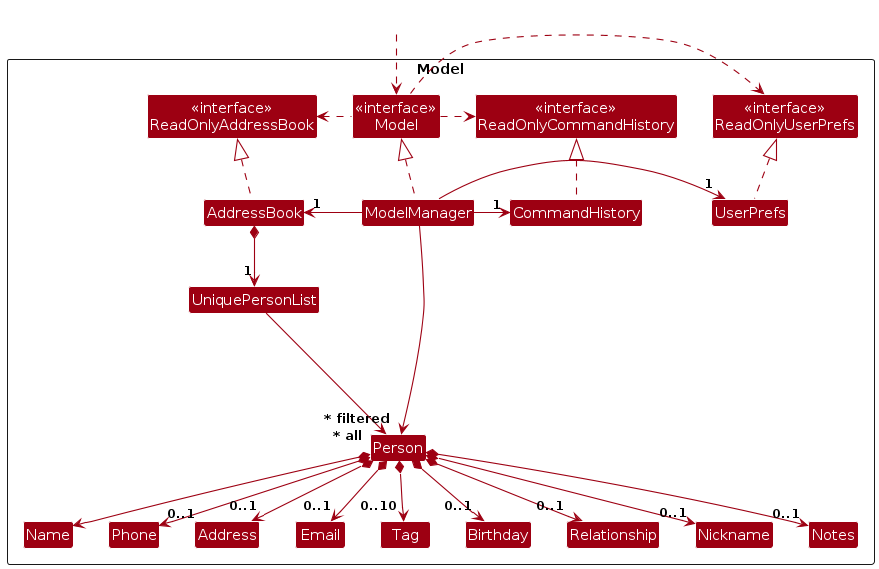
Earlier version of the PlantUML export diagrams/ModelClassDiagram.png (AY2425S2-CS2103T-T14-1/tp). Its source is kept beside it as diagrams/ModelClassDiagram.puml.
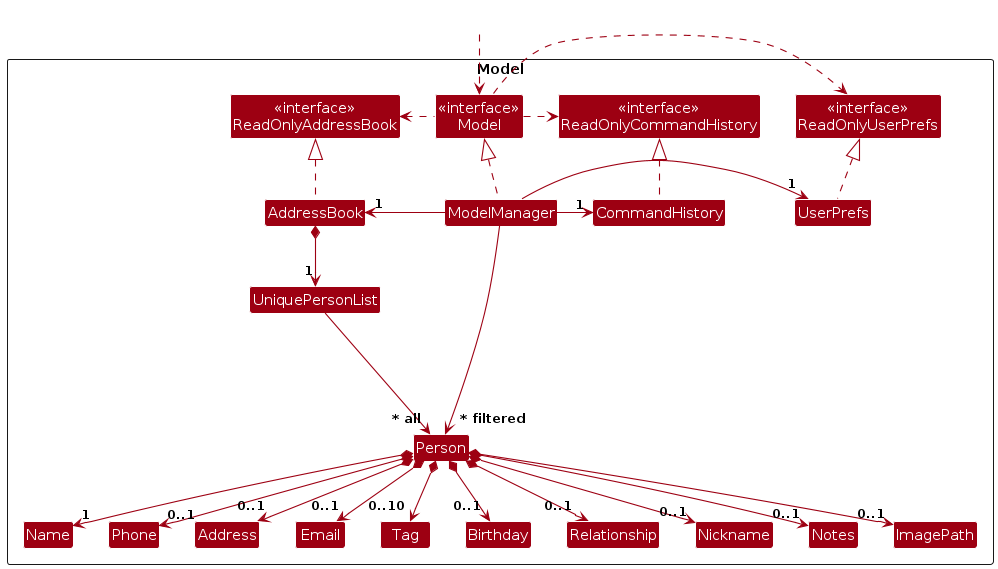
The same file after the commit.

Diff of the diagram source:
```diff
@@ -25,6 +25,7 @@
 Class Relationship
 Class Nickname
 Class Notes
+Class ImagePath
 
 Class I #FFFFFF
 }
@@ -46,7 +47,7 @@
 
 AddressBook *--> "1" UniquePersonList
 UniquePersonList --> "~* all" Person
-Person *--> Name
+Person *--> "1" Name
 Person *--> "0..1" Phone
 Person *--> "0..1" Email
 Person *--> "0..1" Address
@@ -55,6 +56,7 @@
 Person *--> "0..1" Relationship
 Person *--> "0..1" Nickname
 Person *--> "0..1" Notes
+Person *--> "0..1" ImagePath
 
 
 
```
